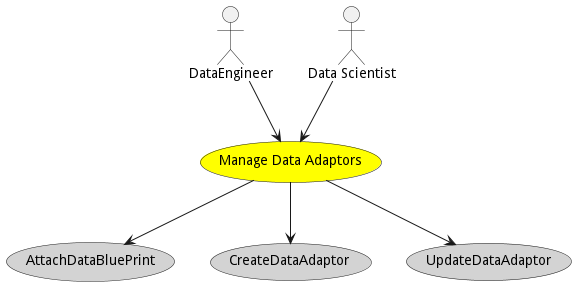
This is docs/edgemere/diml/ddf/usecases/managedataadaptors/Activities.png from madajaju/edgemere, a PlantUML export, as it was before one commit. Source of this version:
```plantuml
@startuml


usecase "Manage Data Adaptors" as ManageDataAdaptors #yellow

Actor "DataEngineer" as DataEngineer

DataEngineer --> ManageDataAdaptors

Actor "Data Scientist" as DataScientist

DataScientist --> ManageDataAdaptors



usecase "AttachDataBluePrint" as AttachDataBluePrint #lightgrey

ManageDataAdaptors --> AttachDataBluePrint

usecase "CreateDataAdaptor" as CreateDataAdaptor #lightgrey

ManageDataAdaptors --> CreateDataAdaptor

usecase "UpdateDataAdaptor" as UpdateDataAdaptor #lightgrey

ManageDataAdaptors --> UpdateDataAdaptor









@enduml
```
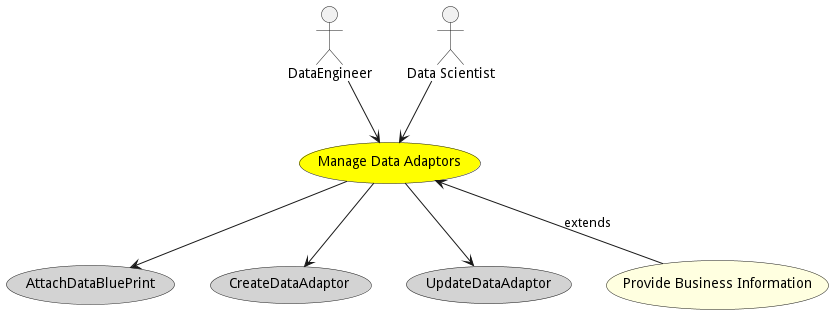
Later version of the same file.

The edit, as a diff of the source:
```diff
@@ -27,6 +27,10 @@
 
 
 
+usecase "Provide Business Information" as ProvideBusinessInformation #lightyellow
+
+ManageDataAdaptors <-- ProvideBusinessInformation : extends
+
 
 
 
```
